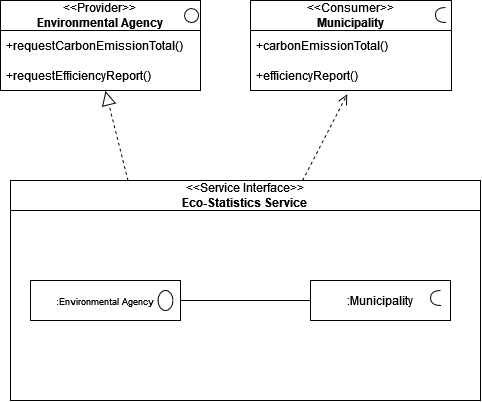
Earlier version of the draw.io export Images/Templates/service-interface.png (giva16/drawio-custom-lib). Source tidied: cells renumbered, new cells last; positions are measured from the earlier drawing's top-left corner, leaving out a move shared by most shapes. Its diagram source:
```xml
<mxGraphModel>
  <root>
    <mxCell id="0" />
    <mxCell id="1" parent="0" />
    <mxCell id="2" value="&lt;div&gt;&amp;lt;&amp;lt;Service Interface&amp;gt;&amp;gt;&lt;/div&gt;&lt;div&gt;&lt;b&gt;Eco-Statistics Service&lt;/b&gt;&lt;br&gt;&lt;/div&gt;" style="swimlane;fontStyle=0;horizontal=1;startSize=30;whiteSpace=wrap;html=1;" parent="1" vertex="1">
      <mxGeometry x="10" y="180" width="470" height="220" as="geometry" />
    </mxCell>
    <mxCell id="3" value="&lt;font style=&quot;font-size: 9px;&quot;&gt;:Environmental Agency&lt;br&gt;&lt;/font&gt;" style="shape=(stored shape, 312 characters);whiteSpace=wrap;html=1;" parent="1" vertex="1">
      <mxGeometry x="30" y="280" width="150" height="40" as="geometry" />
    </mxCell>
    <mxCell id="4" style="group;" parent="1" vertex="1">
      <mxGeometry x="310" y="280" width="140" height="40" as="geometry" />
    </mxCell>
    <mxCell id="5" value=":Municipality" style="rounded=0;whiteSpace=wrap;html=1;" parent="4" vertex="1">
      <mxGeometry width="140" height="40" as="geometry" />
    </mxCell>
    <mxCell id="6" style="shape=requiredInterface;perimeterSpacing=0;rotation=-180;" parent="4" vertex="1">
      <mxGeometry x="120" y="10" width="10.1" height="15" as="geometry" />
    </mxCell>
    <mxCell id="7" style="group;" parent="1" vertex="1">
      <mxGeometry x="250" width="201" height="60" as="geometry" />
    </mxCell>
    <mxCell id="8" value="&lt;div&gt;&amp;lt;&amp;lt;Consumer&amp;gt;&amp;gt;&lt;/div&gt;&lt;div&gt;&lt;b&gt;Municipality&lt;/b&gt;&lt;br&gt;&lt;/div&gt;" style="swimlane;fontStyle=0;horizontal=1;startSize=30;whiteSpace=wrap;html=1;" parent="7" vertex="1">
      <mxGeometry width="201" height="90" as="geometry" />
    </mxCell>
    <mxCell id="9" value="&lt;div&gt;+carbonEmissionTotal()&lt;/div&gt;" style="text;strokeColor=none;fillColor=none;align=left;verticalAlign=middle;spacingLeft=4;spacingRight=4;overflow=hidden;whiteSpace=wrap;html=1;" parent="8" vertex="1">
      <mxGeometry y="30" width="201" height="30" as="geometry" />
    </mxCell>
    <mxCell id="10" value="+efficiencyReport()" style="text;strokeColor=none;fillColor=none;align=left;verticalAlign=middle;spacingLeft=4;spacingRight=4;overflow=hidden;points=[[0,0.5],[1,0.5]];portConstraint=eastwest;whiteSpace=wrap;html=1;" parent="8" vertex="1">
      <mxGeometry y="60" width="201" height="30" as="geometry" />
    </mxCell>
    <mxCell id="11" style="shape=requiredInterface;perimeterSpacing=0;rotation=-180;" parent="7" vertex="1">
      <mxGeometry x="184.9" y="7" width="10.1" height="15" as="geometry" />
    </mxCell>
    <mxCell id="12" style="group;" parent="1" vertex="1">
      <mxGeometry width="200" height="60" as="geometry" />
    </mxCell>
    <mxCell id="13" value="&lt;div&gt;&amp;lt;&amp;lt;Provider&amp;gt;&amp;gt;&lt;/div&gt;&lt;div&gt;&lt;b&gt;Environmental Agency&lt;/b&gt;&lt;br&gt;&lt;/div&gt;" style="swimlane;fontStyle=0;horizontal=1;startSize=30;whiteSpace=wrap;html=1;" parent="12" vertex="1">
      <mxGeometry width="200" height="90" as="geometry" />
    </mxCell>
    <mxCell id="14" value="&lt;div&gt;+requestCarbonEmissionTotal()&lt;/div&gt;" style="text;strokeColor=none;fillColor=none;align=left;verticalAlign=middle;spacingLeft=4;spacingRight=4;overflow=hidden;whiteSpace=wrap;html=1;" parent="13" vertex="1">
      <mxGeometry y="30" width="200" height="30" as="geometry" />
    </mxCell>
    <mxCell id="15" value="+requestEfficiencyReport()" style="text;strokeColor=none;fillColor=none;align=left;verticalAlign=middle;spacingLeft=4;spacingRight=4;overflow=hidden;points=[[0,0.5],[1,0.5]];portConstraint=eastwest;whiteSpace=wrap;html=1;" parent="13" vertex="1">
      <mxGeometry y="60" width="200" height="30" as="geometry" />
    </mxCell>
    <mxCell id="16" style="ellipse;html=1;fontSize=11;align=center;fillColor=none;verticalAlign=bottom;labelPosition=center;verticalLabelPosition=top;flipH=1;" parent="12" vertex="1">
      <mxGeometry x="184" y="8" width="14" height="14" as="geometry" />
    </mxCell>
    <mxCell id="17" style="endArrow=block;dashed=1;endFill=0;endSize=12;html=1;rounded=0;exitX=0.25;exitY=0;exitDx=0;exitDy=0;entryX=0.525;entryY=1.017;entryDx=0;entryDy=0;entryPerimeter=0;" parent="1" edge="1" source="2" target="15">
      <mxGeometry relative="1" as="geometry" />
    </mxCell>
    <mxCell id="18" style="html=1;verticalAlign=bottom;endArrow=open;dashed=1;endSize=8;elbow=vertical;curved=0;rounded=0;entryX=0.481;entryY=1.128;entryDx=0;entryDy=0;entryPerimeter=0;" parent="1" edge="1" source="2" target="10">
      <mxGeometry relative="1" as="geometry" />
    </mxCell>
    <mxCell id="19" style="endArrow=none;startArrow=none;endFill=0;startFill=0;endSize=8;html=1;verticalAlign=bottom;labelBackgroundColor=none;strokeWidth=1;rounded=0;entryX=0;entryY=0.5;entryDx=0;entryDy=0;exitX=1;exitY=0.5;exitDx=0;exitDy=0;" parent="1" edge="1" source="3" target="5">
      <mxGeometry relative="1" as="geometry" />
    </mxCell>
  </root>
</mxGraphModel>
```
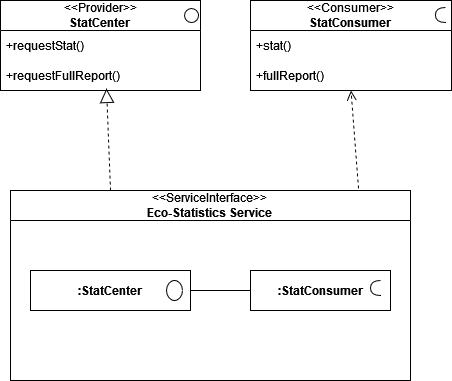
Above is the later version.

Commit message:
Completed Service Interface Tutorial

What changed in the source:
```diff
@@ -2,58 +2,58 @@
   <root>
     <mxCell id="0" />
     <mxCell id="1" parent="0" />
-    <mxCell id="2" value="&lt;div&gt;&amp;lt;&amp;lt;Service Interface&amp;gt;&amp;gt;&lt;/div&gt;&lt;div&gt;&lt;b&gt;Eco-Statistics Service&lt;/b&gt;&lt;br&gt;&lt;/div&gt;" style="swimlane;fontStyle=0;horizontal=1;startSize=30;whiteSpace=wrap;html=1;" parent="1" vertex="1">
-      <mxGeometry x="10" y="180" width="470" height="220" as="geometry" />
+    <mxCell id="2" value="&lt;div&gt;&amp;lt;&amp;lt;ServiceInterface&amp;gt;&amp;gt;&lt;/div&gt;&lt;div&gt;&lt;b&gt;Eco-Statistics Service&lt;/b&gt;&lt;br&gt;&lt;/div&gt;" style="swimlane;fontStyle=0;horizontal=1;startSize=30;whiteSpace=wrap;html=1;" parent="1" vertex="1">
+      <mxGeometry x="-120" y="170" width="400" height="190" as="geometry" />
     </mxCell>
-    <mxCell id="3" value="&lt;font style=&quot;font-size: 9px;&quot;&gt;:Environmental Agency&lt;br&gt;&lt;/font&gt;" style="shape=(stored shape, 312 characters);whiteSpace=wrap;html=1;" parent="1" vertex="1">
-      <mxGeometry x="30" y="280" width="150" height="40" as="geometry" />
+    <mxCell id="3" style="group;" parent="1" vertex="1">
+      <mxGeometry x="-130" y="-20" width="200" height="60" as="geometry" />
     </mxCell>
-    <mxCell id="4" style="group;" parent="1" vertex="1">
-      <mxGeometry x="310" y="280" width="140" height="40" as="geometry" />
+    <mxCell id="4" value="&lt;div&gt;&amp;lt;&amp;lt;Provider&amp;gt;&amp;gt;&lt;/div&gt;&lt;div&gt;&lt;b&gt;StatCenter&lt;/b&gt;&lt;br&gt;&lt;/div&gt;" style="swimlane;fontStyle=0;horizontal=1;startSize=30;whiteSpace=wrap;html=1;" parent="3" vertex="1">
+      <mxGeometry width="200" height="90" as="geometry" />
     </mxCell>
-    <mxCell id="5" value=":Municipality" style="rounded=0;whiteSpace=wrap;html=1;" parent="4" vertex="1">
-      <mxGeometry width="140" height="40" as="geometry" />
+    <mxCell id="5" value="&lt;div&gt;+requestStat()&lt;/div&gt;" style="text;strokeColor=none;fillColor=none;align=left;verticalAlign=middle;spacingLeft=4;spacingRight=4;overflow=hidden;points=[[0,0.5],[1,0.5]];portConstraint=eastwest;whiteSpace=wrap;html=1;" parent="4" vertex="1">
+      <mxGeometry y="30" width="200" height="30" as="geometry" />
     </mxCell>
-    <mxCell id="6" style="shape=requiredInterface;perimeterSpacing=0;rotation=-180;" parent="4" vertex="1">
-      <mxGeometry x="120" y="10" width="10.1" height="15" as="geometry" />
+    <mxCell id="6" value="+requestFullReport()" style="text;strokeColor=none;fillColor=none;align=left;verticalAlign=middle;spacingLeft=4;spacingRight=4;overflow=hidden;points=[[0,0.5],[1,0.5]];portConstraint=eastwest;whiteSpace=wrap;html=1;" parent="4" vertex="1">
+      <mxGeometry y="60" width="200" height="30" as="geometry" />
     </mxCell>
-    <mxCell id="7" style="group;" parent="1" vertex="1">
-      <mxGeometry x="250" width="201" height="60" as="geometry" />
+    <mxCell id="7" style="ellipse;html=1;fontSize=11;align=center;fillColor=none;verticalAlign=bottom;labelPosition=center;verticalLabelPosition=top;flipH=1;" parent="3" vertex="1">
+      <mxGeometry x="184" y="8" width="14" height="14" as="geometry" />
     </mxCell>
-    <mxCell id="8" value="&lt;div&gt;&amp;lt;&amp;lt;Consumer&amp;gt;&amp;gt;&lt;/div&gt;&lt;div&gt;&lt;b&gt;Municipality&lt;/b&gt;&lt;br&gt;&lt;/div&gt;" style="swimlane;fontStyle=0;horizontal=1;startSize=30;whiteSpace=wrap;html=1;" parent="7" vertex="1">
-      <mxGeometry width="201" height="90" as="geometry" />
+    <mxCell id="8" style="endArrow=block;dashed=1;endFill=0;endSize=12;html=1;rounded=0;entryX=0.53;entryY=0.933;entryDx=0;entryDy=0;entryPerimeter=0;exitX=0.25;exitY=0;exitDx=0;exitDy=0;" parent="1" edge="1" source="2" target="6">
+      <mxGeometry relative="1" as="geometry" />
     </mxCell>
-    <mxCell id="9" value="&lt;div&gt;+carbonEmissionTotal()&lt;/div&gt;" style="text;strokeColor=none;fillColor=none;align=left;verticalAlign=middle;spacingLeft=4;spacingRight=4;overflow=hidden;whiteSpace=wrap;html=1;" parent="8" vertex="1">
-      <mxGeometry y="30" width="201" height="30" as="geometry" />
+    <mxCell id="9" style="group;" parent="1" vertex="1">
+      <mxGeometry x="120" y="-20" width="201" height="60" as="geometry" />
     </mxCell>
-    <mxCell id="10" value="+efficiencyReport()" style="text;strokeColor=none;fillColor=none;align=left;verticalAlign=middle;spacingLeft=4;spacingRight=4;overflow=hidden;points=[[0,0.5],[1,0.5]];portConstraint=eastwest;whiteSpace=wrap;html=1;" parent="8" vertex="1">
-      <mxGeometry y="60" width="201" height="30" as="geometry" />
+    <mxCell id="10" value="&lt;div&gt;&amp;lt;&amp;lt;Consumer&amp;gt;&amp;gt;&lt;/div&gt;&lt;div&gt;&lt;b&gt;StatConsumer&lt;/b&gt;&lt;br&gt;&lt;/div&gt;" style="swimlane;fontStyle=0;horizontal=1;startSize=30;whiteSpace=wrap;html=1;" parent="9" vertex="1">
+      <mxGeometry width="201" height="90" as="geometry" />
     </mxCell>
-    <mxCell id="11" style="shape=requiredInterface;perimeterSpacing=0;rotation=-180;" parent="7" vertex="1">
-      <mxGeometry x="184.9" y="7" width="10.1" height="15" as="geometry" />
+    <mxCell id="11" value="+stat()" style="text;strokeColor=none;fillColor=none;align=left;verticalAlign=middle;spacingLeft=4;spacingRight=4;overflow=hidden;whiteSpace=wrap;html=1;" parent="10" vertex="1">
+      <mxGeometry y="30" width="201" height="30" as="geometry" />
     </mxCell>
-    <mxCell id="12" style="group;" parent="1" vertex="1">
-      <mxGeometry width="200" height="60" as="geometry" />
+    <mxCell id="12" value="+fullReport()" style="text;strokeColor=none;fillColor=none;align=left;verticalAlign=middle;spacingLeft=4;spacingRight=4;overflow=hidden;whiteSpace=wrap;html=1;" parent="10" vertex="1">
+      <mxGeometry y="60" width="201" height="30" as="geometry" />
     </mxCell>
-    <mxCell id="13" value="&lt;div&gt;&amp;lt;&amp;lt;Provider&amp;gt;&amp;gt;&lt;/div&gt;&lt;div&gt;&lt;b&gt;Environmental Agency&lt;/b&gt;&lt;br&gt;&lt;/div&gt;" style="swimlane;fontStyle=0;horizontal=1;startSize=30;whiteSpace=wrap;html=1;" parent="12" vertex="1">
-      <mxGeometry width="200" height="90" as="geometry" />
+    <mxCell id="13" style="shape=requiredInterface;perimeterSpacing=0;rotation=-180;" parent="9" vertex="1">
+      <mxGeometry x="184.9" y="7" width="10.1" height="15" as="geometry" />
     </mxCell>
-    <mxCell id="14" value="&lt;div&gt;+requestCarbonEmissionTotal()&lt;/div&gt;" style="text;strokeColor=none;fillColor=none;align=left;verticalAlign=middle;spacingLeft=4;spacingRight=4;overflow=hidden;whiteSpace=wrap;html=1;" parent="13" vertex="1">
-      <mxGeometry y="30" width="200" height="30" as="geometry" />
+    <mxCell id="14" style="html=1;verticalAlign=bottom;endArrow=open;dashed=1;endSize=8;elbow=vertical;curved=0;rounded=0;entryX=0.5;entryY=1;entryDx=0;entryDy=0;exitX=0.87;exitY=-0.011;exitDx=0;exitDy=0;exitPerimeter=0;" parent="1" edge="1" source="2" target="10">
+      <mxGeometry relative="1" as="geometry" />
     </mxCell>
-    <mxCell id="15" value="+requestEfficiencyReport()" style="text;strokeColor=none;fillColor=none;align=left;verticalAlign=middle;spacingLeft=4;spacingRight=4;overflow=hidden;points=[[0,0.5],[1,0.5]];portConstraint=eastwest;whiteSpace=wrap;html=1;" parent="13" vertex="1">
-      <mxGeometry y="60" width="200" height="30" as="geometry" />
+    <mxCell id="15" value="&lt;b&gt;:StatCenter&lt;/b&gt;" style="shape=(stored shape, 312 characters);whiteSpace=wrap;html=1;" parent="1" vertex="1">
+      <mxGeometry x="-100" y="250" width="160" height="40" as="geometry" />
     </mxCell>
-    <mxCell id="16" style="ellipse;html=1;fontSize=11;align=center;fillColor=none;verticalAlign=bottom;labelPosition=center;verticalLabelPosition=top;flipH=1;" parent="12" vertex="1">
-      <mxGeometry x="184" y="8" width="14" height="14" as="geometry" />
+    <mxCell id="16" style="group;" parent="1" vertex="1">
+      <mxGeometry x="120" y="250" width="140" height="40" as="geometry" />
     </mxCell>
-    <mxCell id="17" style="endArrow=block;dashed=1;endFill=0;endSize=12;html=1;rounded=0;exitX=0.25;exitY=0;exitDx=0;exitDy=0;entryX=0.525;entryY=1.017;entryDx=0;entryDy=0;entryPerimeter=0;" parent="1" edge="1" source="2" target="15">
-      <mxGeometry relative="1" as="geometry" />
+    <mxCell id="17" value="&lt;b&gt;:StatConsumer&lt;/b&gt;" style="rounded=0;whiteSpace=wrap;html=1;" parent="16" vertex="1">
+      <mxGeometry width="140" height="40" as="geometry" />
     </mxCell>
-    <mxCell id="18" style="html=1;verticalAlign=bottom;endArrow=open;dashed=1;endSize=8;elbow=vertical;curved=0;rounded=0;entryX=0.481;entryY=1.128;entryDx=0;entryDy=0;entryPerimeter=0;" parent="1" edge="1" source="2" target="10">
-      <mxGeometry relative="1" as="geometry" />
+    <mxCell id="18" style="shape=requiredInterface;perimeterSpacing=0;rotation=-180;" parent="16" vertex="1">
+      <mxGeometry x="120" y="10" width="10.1" height="15" as="geometry" />
     </mxCell>
-    <mxCell id="19" style="endArrow=none;startArrow=none;endFill=0;startFill=0;endSize=8;html=1;verticalAlign=bottom;labelBackgroundColor=none;strokeWidth=1;rounded=0;entryX=0;entryY=0.5;entryDx=0;entryDy=0;exitX=1;exitY=0.5;exitDx=0;exitDy=0;" parent="1" edge="1" source="3" target="5">
+    <mxCell id="19" style="endArrow=none;startArrow=none;endFill=0;startFill=0;endSize=8;html=1;verticalAlign=bottom;labelBackgroundColor=none;strokeWidth=1;rounded=0;entryX=0;entryY=0.5;entryDx=0;entryDy=0;exitX=1;exitY=0.5;exitDx=0;exitDy=0;" parent="1" edge="1" source="15" target="17">
       <mxGeometry relative="1" as="geometry" />
     </mxCell>
   </root>
```
